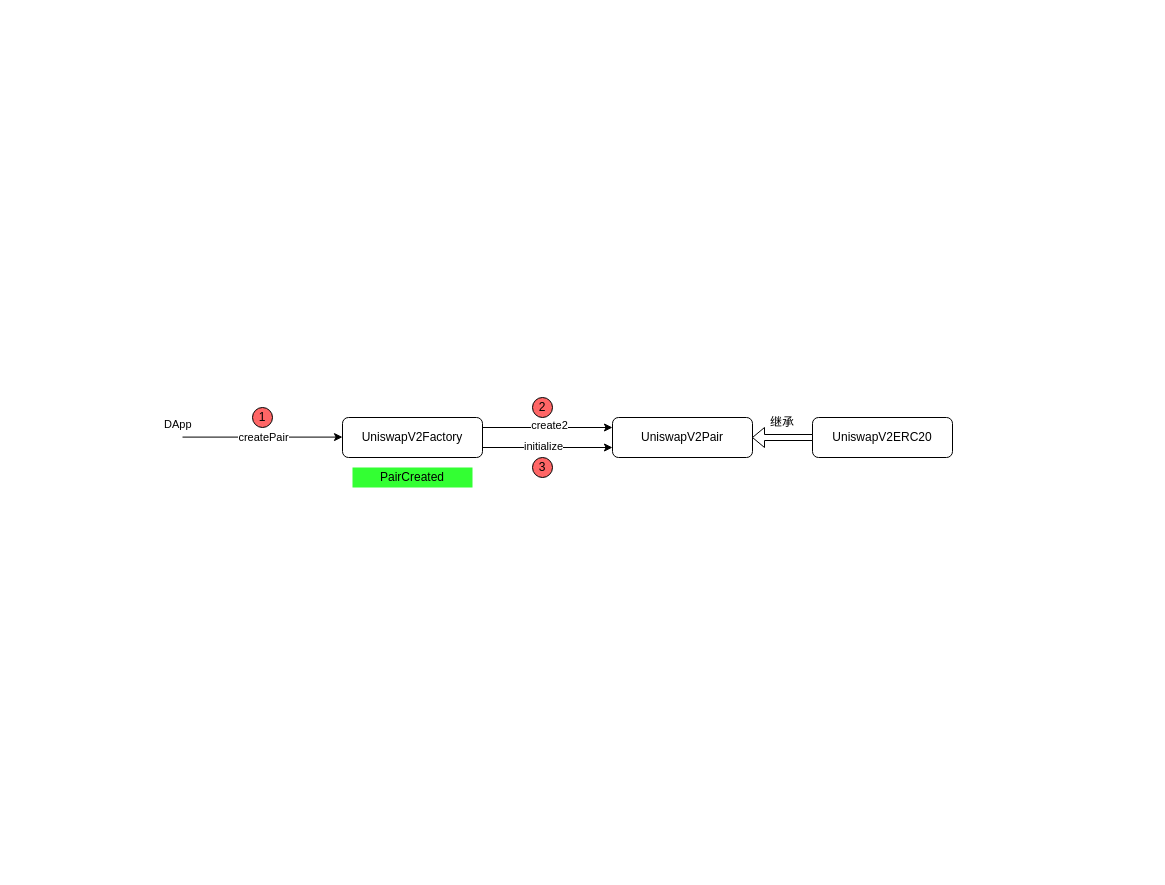
Before: page "uniswap" (5 of 5) of outdoor.drawio in jxu86/project-uml, a draw.io diagram. Source tidied: cells renumbered, new cells numbered last; positions are measured from the earlier drawing's top-left corner, leaving out a move shared by most shapes. Both pictures are drawn from the tidied source at 100%, with x=0, y=0 at pixel (182, 397).
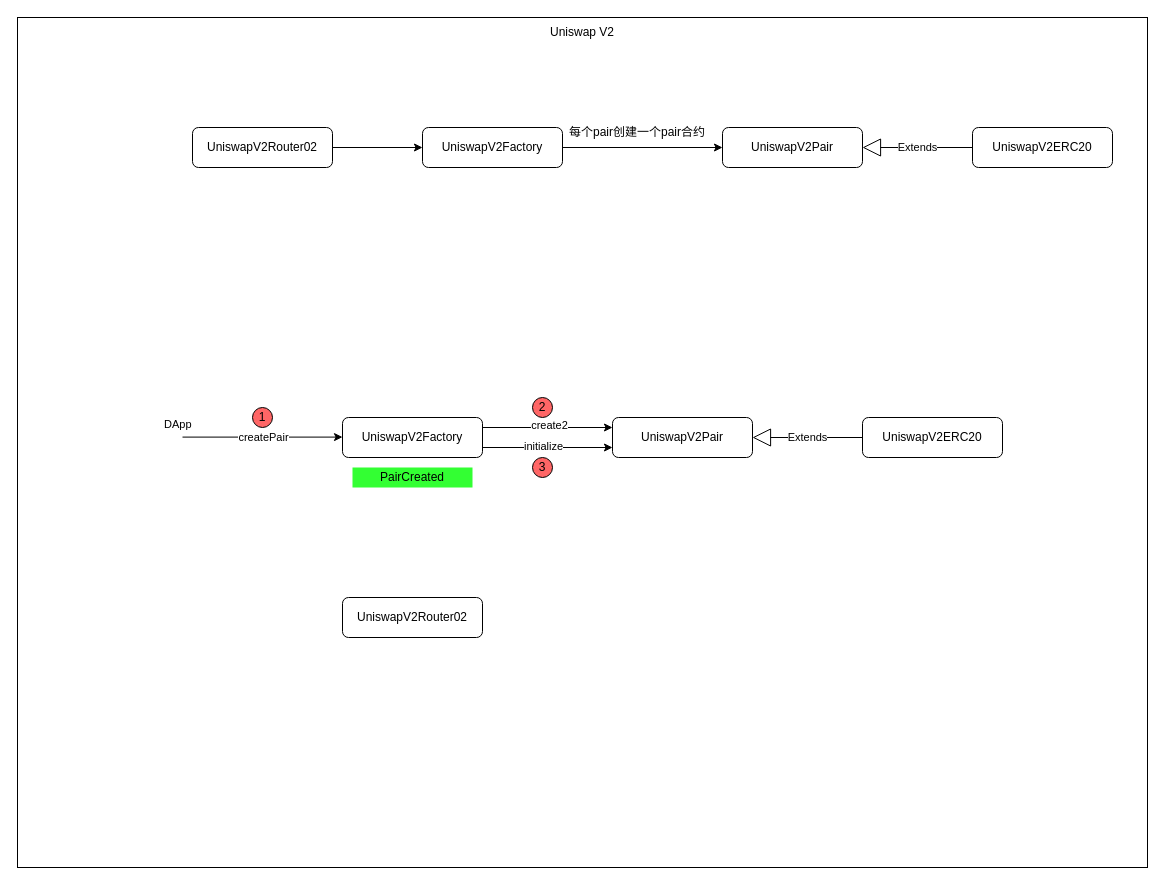
After the change.

The change refers to these unchanged cells:
```xml
<mxCell id="7" value="UniswapV2Pair" style="rounded=1;whiteSpace=wrap;html=1;" parent="1" vertex="1">
  <mxGeometry x="430" y="20" width="140" height="40" as="geometry" />
</mxCell>
```

What changed in the source:
```diff
@@
+    <mxCell id="18" style="rounded=0;whiteSpace=wrap;html=1;" parent="1" vertex="1">
+      <mxGeometry x="-165" y="-380" width="1130" height="850" as="geometry" />
+    </mxCell>
@@
     <mxCell id="8" value="UniswapV2ERC20" style="rounded=1;whiteSpace=wrap;html=1;" parent="1" vertex="1">
-      <mxGeometry x="630" y="20" width="140" height="40" as="geometry" />
+      <mxGeometry x="680" y="20" width="140" height="40" as="geometry" />
     </mxCell>
@@
-    <mxCell id="16" style="shape=singleArrow;direction=west;whiteSpace=wrap;html=1;" parent="1" vertex="1">
-      <mxGeometry x="570" y="30" width="60" height="20" as="geometry" />
-    </mxCell>
-    <mxCell id="17" value="继承" style="text;html=1;strokeColor=none;fillColor=none;align=center;verticalAlign=middle;whiteSpace=wrap;rounded=0;" parent="1" vertex="1">
-      <mxGeometry x="580" y="20" width="40" height="10" as="geometry" />
-    </mxCell>
+    <mxCell id="19" value="Extends" style="endArrow=block;endSize=16;endFill=0;html=1;rounded=0;entryX=1;entryY=0.5;entryDx=0;entryDy=0;exitX=0;exitY=0.5;exitDx=0;exitDy=0;" parent="1" edge="1" source="8" target="7">
+      <mxGeometry relative="1" as="geometry" />
+    </mxCell>
+    <mxCell id="20" value="Uniswap V2" style="text;html=1;strokeColor=none;fillColor=none;align=center;verticalAlign=middle;whiteSpace=wrap;rounded=0;" parent="1" vertex="1">
+      <mxGeometry x="350" y="-380" width="100" height="30" as="geometry" />
+    </mxCell>
+    <mxCell id="21" value="UniswapV2Router02" style="rounded=1;whiteSpace=wrap;html=1;" parent="1" vertex="1">
+      <mxGeometry x="160" y="200" width="140" height="40" as="geometry" />
+    </mxCell>
+    <mxCell id="22" style="edgeStyle=orthogonalEdgeStyle;rounded=0;jettySize=auto;html=1;exitX=1;exitY=0.5;exitDx=0;exitDy=0;" parent="1" edge="1" source="23" target="26">
+      <mxGeometry relative="1" as="geometry" />
+    </mxCell>
+    <mxCell id="23" value="UniswapV2Factory" style="rounded=1;whiteSpace=wrap;html=1;" parent="1" vertex="1">
+      <mxGeometry x="240" y="-270" width="140" height="40" as="geometry" />
+    </mxCell>
+    <mxCell id="24" style="edgeStyle=orthogonalEdgeStyle;rounded=0;jettySize=auto;html=1;entryX=0;entryY=0.5;entryDx=0;entryDy=0;" parent="1" edge="1" source="25" target="23">
+      <mxGeometry relative="1" as="geometry" />
+    </mxCell>
+    <mxCell id="25" value="UniswapV2Router02" style="rounded=1;whiteSpace=wrap;html=1;" parent="1" vertex="1">
+      <mxGeometry x="10" y="-270" width="140" height="40" as="geometry" />
+    </mxCell>
+    <mxCell id="26" value="UniswapV2Pair" style="rounded=1;whiteSpace=wrap;html=1;" parent="1" vertex="1">
+      <mxGeometry x="540" y="-270" width="140" height="40" as="geometry" />
+    </mxCell>
+    <mxCell id="27" value="Extends" style="endArrow=block;endSize=16;endFill=0;html=1;rounded=0;entryX=1;entryY=0.5;entryDx=0;entryDy=0;exitX=0;exitY=0.5;exitDx=0;exitDy=0;" parent="1" edge="1" source="28">
+      <mxGeometry relative="1" as="geometry">
+        <mxPoint x="680" y="-250" as="targetPoint" />
+      </mxGeometry>
+    </mxCell>
+    <mxCell id="28" value="UniswapV2ERC20" style="rounded=1;whiteSpace=wrap;html=1;" parent="1" vertex="1">
+      <mxGeometry x="790" y="-270" width="140" height="40" as="geometry" />
+    </mxCell>
+    <mxCell id="29" value="每个pair创建一个pair合约" style="text;html=1;strokeColor=none;fillColor=none;align=center;verticalAlign=middle;whiteSpace=wrap;rounded=0;" parent="1" vertex="1">
+      <mxGeometry x="380" y="-280" width="150" height="30" as="geometry" />
+    </mxCell>
```
